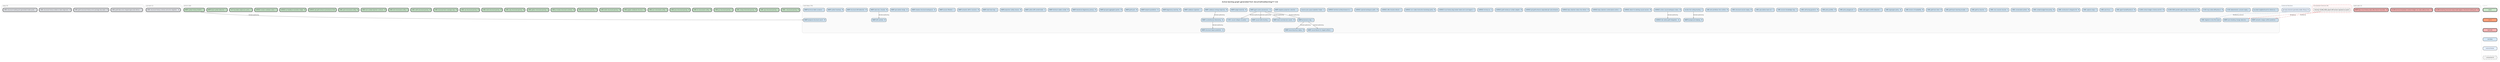
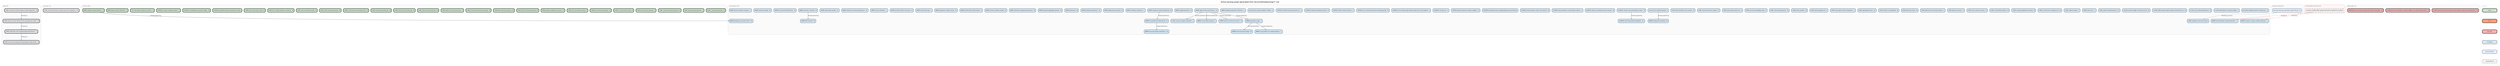
digraph backlog {
  rankdir=TB
  fontname="Helvetica"
  label="Active backlog graph generated from docs/method/backlog/*/*.md"
  labelloc=t
  fontsize=12
  node [shape=box style="rounded,filled" fontname="Helvetica" fontsize=8 margin="0.1,0.05" height=0.35]
  edge [color="#666666" arrowsize=0.5 fontname="Helvetica" fontsize=7]
  newrank=true
  ranksep=0.55
  nodesep=0.2

  subgraph cluster_asap {
    label="asap (4)" labeljust=l fontsize=9 fontcolor="#555555"
    style=rounded color="#cccccc" bgcolor="#fafafa"
    asap_CORE_graft_fake_echo_shaped_typescript_witness [label="CORE-graft-fake-echo-shaped-typescript-witness - L" fillcolor="#E5E7EB" penwidth=2]
    asap_CORE_graft_structural_history_echo_package_descriptor [label="CORE-graft-structural-history-echo-package-descriptor - M" fillcolor="#E5E7EB" penwidth=2]
    asap_CORE_structural_history_evidence_label_alignment [label="CORE-structural-history-evidence-label-alignment - M" fillcolor="#E5E7EB" penwidth=2]
    asap_CORE_structural_reading_port_generated_model_parity [label="CORE-structural-reading-port-generated-model-parity - L" fillcolor="#E5E7EB" penwidth=2]
  }

  subgraph cluster_up_next {
    label="up-next (1)" labeljust=l fontsize=9 fontcolor="#555555"
    style=rounded color="#cccccc" bgcolor="#fafafa"
    up_next_CORE_structural_history_schema_and_echo_migration [label="CORE-structural-history-schema-and-echo-migration - XL" fillcolor="#E5E7EB" penwidth=2]
  }

  subgraph cluster_v0_8_0 {
    label="v0.8.0 (26)" labeljust=l fontsize=9 fontcolor="#555555"
    style=rounded color="#cccccc" bgcolor="#fafafa"
    v0_8_0_CORE_c_structural_parsing [label="CORE-c-structural-parsing - M" fillcolor="#C8E6C9" penwidth=2]
    v0_8_0_CORE_cpp_structural_parsing [label="CORE-cpp-structural-parsing - L" fillcolor="#C8E6C9" penwidth=2]
    v0_8_0_CORE_csharp_structural_parsing [label="CORE-csharp-structural-parsing - M" fillcolor="#C8E6C9" penwidth=2]
    v0_8_0_CORE_go_structural_parsing [label="CORE-go-structural-parsing - S" fillcolor="#C8E6C9" penwidth=2]
    v0_8_0_CORE_hcl_structured_config [label="CORE-hcl-structured-config - M" fillcolor="#C8E6C9" penwidth=2]
    v0_8_0_CORE_java_structural_parsing [label="CORE-java-structural-parsing - M" fillcolor="#C8E6C9" penwidth=2]
    v0_8_0_CORE_json_structured_config [label="CORE-json-structured-config - S" fillcolor="#C8E6C9" penwidth=2]
    v0_8_0_CORE_jupyter_notebook_structure [label="CORE-jupyter-notebook-structure - M" fillcolor="#C8E6C9" penwidth=2]
    v0_8_0_CORE_kotlin_structural_parsing [label="CORE-kotlin-structural-parsing - M" fillcolor="#C8E6C9" penwidth=2]
    v0_8_0_CORE_php_structural_parsing [label="CORE-php-structural-parsing - M" fillcolor="#C8E6C9" penwidth=2]
    v0_8_0_CORE_pr_review_structural_summary [label="CORE-pr-review-structural-summary - M" fillcolor="#C8E6C9" penwidth=2]
    v0_8_0_CORE_python_structural_parsing [label="CORE-python-structural-parsing - S" fillcolor="#C8E6C9" penwidth=2]
    v0_8_0_CORE_ruby_structural_parsing [label="CORE-ruby-structural-parsing - M" fillcolor="#C8E6C9" penwidth=2]
    v0_8_0_CORE_shell_structural_parsing [label="CORE-shell-structural-parsing - M" fillcolor="#C8E6C9" penwidth=2]
    v0_8_0_CORE_sql_structural_parsing [label="CORE-sql-structural-parsing - M" fillcolor="#C8E6C9" penwidth=2]
    v0_8_0_CORE_structural_test_coverage_map [label="CORE-structural-test-coverage-map - M" fillcolor="#C8E6C9" penwidth=2]
    v0_8_0_CORE_swift_structural_parsing [label="CORE-swift-structural-parsing - M" fillcolor="#C8E6C9" penwidth=2]
    v0_8_0_CORE_toml_structured_config [label="CORE-toml-structured-config - S" fillcolor="#C8E6C9" penwidth=2]
    v0_8_0_CORE_tool_context_injection_contracts [label="CORE-tool-context-injection-contracts - M" fillcolor="#C8E6C9" penwidth=2]
    v0_8_0_CORE_yaml_structured_config [label="CORE-yaml-structured-config - M" fillcolor="#C8E6C9" penwidth=2]
    v0_8_0_SURFACE_git_graft_enhance_provenance_hints [label="SURFACE-git-graft-enhance-provenance-hints" fillcolor="#C8E6C9" penwidth=2]
    v0_8_0_SURFACE_pr_feedback_resolution_ledger [label="SURFACE-pr-feedback-resolution-ledger - M" fillcolor="#C8E6C9" penwidth=2]
    v0_8_0_SURFACE_review_cooldown_status [label="SURFACE-review-cooldown-status - S" fillcolor="#C8E6C9" penwidth=2]
    v0_8_0_TEST_bounded_subprocess_policy [label="TEST-bounded-subprocess-policy - S" fillcolor="#C8E6C9" penwidth=2]
    v0_8_0_WARP_dead_symbol_detection [label="WARP-dead-symbol-detection - S" fillcolor="#C8E6C9" penwidth=2]
    v0_8_0_WARP_symbol_history_timeline [label="WARP-symbol-history-timeline - S" fillcolor="#C8E6C9" penwidth=2]
  }

  subgraph cluster_bad_code {
    label="bad-code (3)" labeljust=l fontsize=9 fontcolor="#555555"
    style=rounded color="#cccccc" bgcolor="#fafafa"
    bad_code_CLEAN_remaining_structural_warp_reads_bypass_structural_reading_port [label="CLEAN-remaining-structural-warp-reads-bypass-structural-reading-port - M" fillcolor="#F6B3B3" penwidth=2]
    bad_code_CLEAN_technical_teardown_contract_ledger_can_stale_without_tests [label="CLEAN-technical-teardown-contract-ledger-can-stale-without-tests - M" fillcolor="#F6B3B3" penwidth=2]
    bad_code_WARP_bijou_local_history_stale_after_branch_transition [label="WARP-bijou-local-history-stale-after-branch-transition - M" fillcolor="#F6B3B3" penwidth=2]
  }

  subgraph cluster_cool_ideas {
    label="Cool Ideas (76)" labeljust=l fontsize=9 fontcolor="#555555"
    style=rounded color="#cccccc" bgcolor="#fafafa"
    cool_ideas_bounded_neighborhood_for_references [label="bounded-neighborhood-for-references - S" fillcolor="#D4E8F7" penwidth=1]
    cool_ideas_CI_001_causal_collapse_visualizer [label="CI-001-causal-collapse-visualizer - L" fillcolor="#D4E8F7" penwidth=1]
    cool_ideas_CI_002_deterministic_scenario_replay [label="CI-002-deterministic-scenario-replay - L" fillcolor="#D4E8F7" penwidth=1]
    cool_ideas_CI_003_mcp_native_diff_protocol [label="CI-003-mcp-native-diff-protocol - M" fillcolor="#D4E8F7" penwidth=1]
    cool_ideas_CLEAN_CODE_parallel_agent_merge_shared_file_loss [label="CLEAN-CODE-parallel-agent-merge-shared-file-loss - M" fillcolor="#D4E8F7" penwidth=1]
    cool_ideas_CLEAN_contract_ledger_schema_and_lint [label="CLEAN-contract-ledger-schema-and-lint - M" fillcolor="#D4E8F7" penwidth=1]
    cool_ideas_CORE_agent_handoff_protocol [label="CORE-agent-handoff-protocol - M" fillcolor="#D4E8F7" penwidth=1]
    cool_ideas_CORE_auto_focus [label="CORE-auto-focus - L" fillcolor="#D4E8F7" penwidth=1]
    cool_ideas_CORE_capture_range [label="CORE-capture-range - S" fillcolor="#D4E8F7" penwidth=1]
    cool_ideas_CORE_constructor_in_disguise_lint [label="CORE-constructor-in-disguise-lint - M" fillcolor="#D4E8F7" penwidth=1]
    cool_ideas_CORE_context_budget_forecasting [label="CORE-context-budget-forecasting - M" fillcolor="#D4E8F7" penwidth=1]
    cool_ideas_CORE_conversation_primer [label="CORE-conversation-primer - M" fillcolor="#D4E8F7" penwidth=1]
    cool_ideas_CORE_cross_session_resume [label="CORE-cross-session-resume - S" fillcolor="#D4E8F7" penwidth=1]
    cool_ideas_CORE_graft_as_teacher [label="CORE-graft-as-teacher - S" fillcolor="#D4E8F7" penwidth=1]
    cool_ideas_CORE_graft_teach_learning_receipts [label="CORE-graft-teach-learning-receipts - S" fillcolor="#D4E8F7" penwidth=1]
    cool_ideas_CORE_graft_tool_client [label="CORE-graft-tool-client - M" fillcolor="#D4E8F7" penwidth=1]
    cool_ideas_CORE_horizon_of_readability [label="CORE-horizon-of-readability - M" fillcolor="#D4E8F7" penwidth=1]
    cool_ideas_CORE_lagrangian_policy [label="CORE-lagrangian-policy - XL" fillcolor="#D4E8F7" penwidth=1]
    cool_ideas_CORE_migrate_to_slice_first_reads [label="CORE-migrate-to-slice-first-reads" fillcolor="#D4E8F7" penwidth=1]
    cool_ideas_CORE_multi_agent_conflict_detection [label="CORE-multi-agent-conflict-detection - L" fillcolor="#D4E8F7" penwidth=1]
    cool_ideas_CORE_policy_playground [label="CORE-policy-playground - S" fillcolor="#D4E8F7" penwidth=1]
    cool_ideas_CORE_policy_profiles [label="CORE-policy-profiles - M" fillcolor="#D4E8F7" penwidth=1]
    cool_ideas_CORE_self_tuning_governor [label="CORE-self-tuning-governor - M" fillcolor="#D4E8F7" penwidth=1]
    cool_ideas_CORE_session_knowledge_map [label="CORE-session-knowledge-map - S" fillcolor="#D4E8F7" penwidth=1]
    cool_ideas_CORE_speculative_read_cost [label="CORE-speculative-read-cost - S" fillcolor="#D4E8F7" penwidth=1]
    cool_ideas_CORE_structural_session_replay [label="CORE-structural-session-replay - M" fillcolor="#D4E8F7" penwidth=1]
    cool_ideas_CORE_wire_primitives_into_runtime [label="CORE-wire-primitives-into-runtime - M" fillcolor="#D4E8F7" penwidth=1]
    cool_ideas_monitor_tick_ceiling_tracking [label="monitor-tick-ceiling-tracking - S" fillcolor="#D4E8F7" penwidth=1]
    cool_ideas_SURFACE_active_causal_workspace_status [label="SURFACE-active-causal-workspace-status - M" fillcolor="#D4E8F7" penwidth=1]
    cool_ideas_SURFACE_attach_to_existing_causal_session [label="SURFACE-attach-to-existing-causal-session - M" fillcolor="#D4E8F7" penwidth=1]
    cool_ideas_SURFACE_bijou_daemon_control_plane_actions [label="SURFACE-bijou-daemon-control-plane-actions - L" fillcolor="#D4E8F7" penwidth=1]
    cool_ideas_SURFACE_bijou_daemon_status_live_refresh [label="SURFACE-bijou-daemon-status-live-refresh - M" fillcolor="#D4E8F7" penwidth=1]
    cool_ideas_SURFACE_git_graft_enhance_expanded_git_subcommands [label="SURFACE-git-graft-enhance-expanded-git-subcommands" fillcolor="#D4E8F7" penwidth=1]
    cool_ideas_SURFACE_graft_review_pr_number_adapter [label="SURFACE-graft-review-pr-number-adapter - M" fillcolor="#D4E8F7" penwidth=1]
    cool_ideas_SURFACE_ide_native_graft_integration [label="SURFACE-ide-native-graft-integration - XL" fillcolor="#D4E8F7" penwidth=1]
    cool_ideas_SURFACE_init_dry_run [label="SURFACE-init-dry-run - S" fillcolor="#D4E8F7" penwidth=1]
    cool_ideas_SURFACE_local_history_dag_render_mode_and_count_legend [label="SURFACE-local-history-dag-render-mode-and-count-legend - S" fillcolor="#D4E8F7" penwidth=1]
    cool_ideas_SURFACE_non_codex_instruction_bootstrap_parity [label="SURFACE-non-codex-instruction-bootstrap-parity - M" fillcolor="#D4E8F7" penwidth=1]
    cool_ideas_SURFACE_offer_rename_refactor [label="SURFACE-offer-rename-refactor - L" fillcolor="#D4E8F7" penwidth=1]
    cool_ideas_SURFACE_opened_workspace_paths [label="SURFACE-opened-workspace-paths - M" fillcolor="#D4E8F7" penwidth=1]
    cool_ideas_SURFACE_terminal_activity_browser_tui [label="SURFACE-terminal-activity-browser-tui - L" fillcolor="#D4E8F7" penwidth=1]
    cool_ideas_traverse_plus_query_hydration_helper [label="traverse-plus-query-hydration-helper - S" fillcolor="#D4E8F7" penwidth=1]
    cool_ideas_WARP_adaptive_projection_selection [label="WARP-adaptive-projection-selection - L" fillcolor="#D4E8F7" penwidth=1]
    cool_ideas_WARP_agent_action_provenance [label="WARP-agent-action-provenance - XL" fillcolor="#D4E8F7" penwidth=1]
    cool_ideas_WARP_auto_breaking_change_detection [label="WARP-auto-breaking-change-detection - L" fillcolor="#D4E8F7" penwidth=1]
    cool_ideas_WARP_background_indexing [label="WARP-background-indexing - M" fillcolor="#D4E8F7" penwidth=1]
    cool_ideas_WARP_budget_elasticity [label="WARP-budget-elasticity - M" fillcolor="#D4E8F7" penwidth=1]
    cool_ideas_WARP_causal_blame_for_staged_artifacts [label="WARP-causal-blame-for-staged-artifacts - L" fillcolor="#D4E8F7" penwidth=1]
    cool_ideas_WARP_causal_write_tracking [label="WARP-causal-write-tracking - L" fillcolor="#D4E8F7" penwidth=1]
    cool_ideas_WARP_codebase_entropy_trajectory [label="WARP-codebase-entropy-trajectory - M" fillcolor="#D4E8F7" penwidth=1]
    cool_ideas_WARP_codebase_signature [label="WARP-codebase-signature - L" fillcolor="#D4E8F7" penwidth=1]
    cool_ideas_WARP_counterfactual_refactoring [label="WARP-counterfactual-refactoring - XL" fillcolor="#D4E8F7" penwidth=1]
    cool_ideas_WARP_degeneracy_warning [label="WARP-degeneracy-warning - M" fillcolor="#D4E8F7" penwidth=1]
    cool_ideas_WARP_drift_sentinel [label="WARP-drift-sentinel - M" fillcolor="#D4E8F7" penwidth=1]
    cool_ideas_WARP_footprint_parallelism [label="WARP-footprint-parallelism - XL" fillcolor="#D4E8F7" penwidth=1]
    cool_ideas_WARP_graft_pack [label="WARP-graft-pack - M" fillcolor="#D4E8F7" penwidth=1]
    cool_ideas_WARP_grouped_aggregate_queries [label="WARP-grouped-aggregate-queries - M" fillcolor="#D4E8F7" penwidth=1]
    cool_ideas_WARP_intent_and_decision_events [label="WARP-intent-and-decision-events - M" fillcolor="#D4E8F7" penwidth=1]
    cool_ideas_WARP_intentional_degeneracy_privacy [label="WARP-intentional-degeneracy-privacy - M" fillcolor="#D4E8F7" penwidth=1]
    cool_ideas_WARP_minimum_viable_context [label="WARP-minimum-viable-context - M" fillcolor="#D4E8F7" penwidth=1]
    cool_ideas_WARP_outline_diff_commit_trailer [label="WARP-outline-diff-commit-trailer - S" fillcolor="#D4E8F7" penwidth=1]
    cool_ideas_WARP_projection_safety_classes [label="WARP-projection-safety-classes - M" fillcolor="#D4E8F7" penwidth=1]
    cool_ideas_WARP_provenance_dag [label="WARP-provenance-dag - L" fillcolor="#D4E8F7" penwidth=1]
    cool_ideas_WARP_reasoning_trace_replay [label="WARP-reasoning-trace-replay - M" fillcolor="#D4E8F7" penwidth=1]
    cool_ideas_WARP_rulial_heat_map [label="WARP-rulial-heat-map - L" fillcolor="#D4E8F7" penwidth=1]
    cool_ideas_WARP_semantic_drift_in_sessions [label="WARP-semantic-drift-in-sessions - M" fillcolor="#D4E8F7" penwidth=1]
    cool_ideas_WARP_semantic_merge_conflict_prediction [label="WARP-semantic-merge-conflict-prediction - L" fillcolor="#D4E8F7" penwidth=1]
    cool_ideas_WARP_session_filtration [label="WARP-session-filtration - L" fillcolor="#D4E8F7" penwidth=1]
    cool_ideas_WARP_shadow_structural_workspaces [label="WARP-shadow-structural-workspaces - XL" fillcolor="#D4E8F7" penwidth=1]
    cool_ideas_WARP_speculative_merge [label="WARP-speculative-merge - XL" fillcolor="#D4E8F7" penwidth=1]
    cool_ideas_WARP_stale_docs_checker [label="WARP-stale-docs-checker - M" fillcolor="#D4E8F7" penwidth=1]
    cool_ideas_WARP_structural_drift_detection [label="WARP-structural-drift-detection - M" fillcolor="#D4E8F7" penwidth=1]
    cool_ideas_WARP_structural_impact_prediction [label="WARP-structural-impact-prediction - XL" fillcolor="#D4E8F7" penwidth=1]
    cool_ideas_WARP_symbol_heatmap [label="WARP-symbol-heatmap - M" fillcolor="#D4E8F7" penwidth=1]
    cool_ideas_WARP_technical_debt_curvature [label="WARP-technical-debt-curvature - L" fillcolor="#D4E8F7" penwidth=1]
    cool_ideas_WARP_temporal_structural_search [label="WARP-temporal-structural-search - M" fillcolor="#D4E8F7" penwidth=1]
  }

  subgraph cluster_external {
    label="External blockers" labeljust=l fontsize=9 fontcolor="#555555"
    style=rounded color="#cccccc" bgcolor="#f8fbff"
    external_git_warp_observer_geometry_ladder__Rung_2_4_ [label="git-warp observer geometry ladder (Rung 2-4)" fillcolor="#E8F2FF" penwidth=1]
  }

  subgraph cluster_unresolved {
    label="Unresolved internal refs" labeljust=l fontsize=9 fontcolor="#555555"
    style="rounded,dashed" color="#cc3333" bgcolor="#fff7f7"
    unresolved_CLEAN_CODE_export_diff_semver_signature_as_patch [label="missing: CLEAN_CODE_export-diff-semver-signature-as-patch" fillcolor="#F2F2F2" penwidth=1 style="rounded,dashed,filled"]
  }

+   asap_CORE_graft_fake_echo_shaped_typescript_witness -> asap_CORE_structural_reading_port_generated_model_parity [label="blocked_by"]
+   asap_CORE_graft_structural_history_echo_package_descriptor -> asap_CORE_graft_fake_echo_shaped_typescript_witness [label="blocked_by"]
+   asap_CORE_structural_history_evidence_label_alignment -> asap_CORE_graft_structural_history_echo_package_descriptor [label="blocked_by"]
  cool_ideas_monitor_tick_ceiling_tracking -> cool_ideas_WARP_background_indexing [label="blocked_by/blocking"]
  cool_ideas_SURFACE_active_causal_workspace_status -> cool_ideas_SURFACE_ide_native_graft_integration [label="blocked_by/blocking"]
  cool_ideas_WARP_agent_action_provenance -> cool_ideas_CI_001_causal_collapse_visualizer [label="blocked_by/blocking"]
  cool_ideas_WARP_agent_action_provenance -> cool_ideas_WARP_causal_write_tracking [label="blocked_by/blocking"]
  cool_ideas_WARP_agent_action_provenance -> cool_ideas_WARP_intent_and_decision_events [label="blocked_by/blocking"]
  cool_ideas_WARP_agent_action_provenance -> cool_ideas_WARP_provenance_dag [label="blocked_by/blocking"]
  cool_ideas_WARP_codebase_entropy_trajectory -> cool_ideas_WARP_counterfactual_refactoring [label="blocked_by/blocking"]
  cool_ideas_WARP_counterfactual_refactoring -> cool_ideas_WARP_structural_impact_prediction [label="blocked_by/blocking"]
  cool_ideas_WARP_provenance_dag -> cool_ideas_WARP_causal_blame_for_staged_artifacts [label="blocked_by/blocking"]
  cool_ideas_WARP_provenance_dag -> cool_ideas_WARP_reasoning_trace_replay [label="blocked_by/blocking"]
  cool_ideas_WARP_stale_docs_checker -> cool_ideas_WARP_drift_sentinel [label="blocked_by/blocking"]
  external_git_warp_observer_geometry_ladder__Rung_2_4_ -> cool_ideas_CORE_migrate_to_slice_first_reads [label="blocked_by_external" style=dashed color="#4477AA"]
  unresolved_CLEAN_CODE_export_diff_semver_signature_as_patch -> cool_ideas_WARP_auto_breaking_change_detection [label="blocked_by" style=dashed color="#CC3333"]
  unresolved_CLEAN_CODE_export_diff_semver_signature_as_patch -> cool_ideas_WARP_semantic_merge_conflict_prediction [label="blocked_by" style=dashed color="#CC3333"]
  v0_8_0_WARP_symbol_history_timeline -> cool_ideas_WARP_temporal_structural_search [label="blocked_by/blocking"]

  subgraph cluster_legend {
    label="Legend" labeljust=l fontsize=8 fontcolor="#aaaaaa"
    style=rounded color="#dddddd"
    node [fontsize=7 width=1.4]
    leg_v08 [label="v0.8.0" fillcolor="#C8E6C9" penwidth=2]
    leg_v07 [label="v0.7.0" fillcolor="#FFA07A" penwidth=2]
    leg_bad [label="bad-code" fillcolor="#F6B3B3" penwidth=2]
    leg_idea [label="cool-ideas" fillcolor="#D4E8F7" penwidth=1]
    leg_external [label="external blocker" fillcolor="#E8F2FF" penwidth=1]
    leg_unresolved [label="unresolved ref" fillcolor="#F2F2F2" penwidth=1 style="rounded,dashed,filled"]
    leg_v08 -> leg_v07 [style=invis]
    leg_v07 -> leg_bad [style=invis]
    leg_bad -> leg_idea [style=invis]
    leg_idea -> leg_external [style=invis]
    leg_external -> leg_unresolved [style=invis]
  }
}
